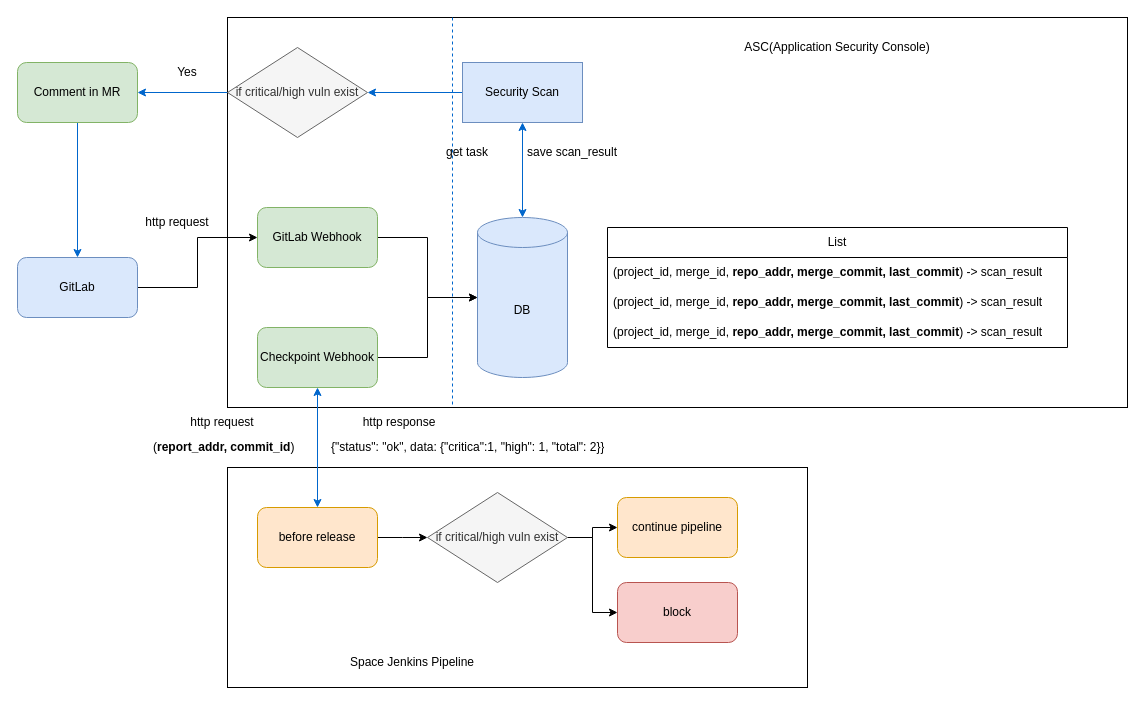
Before: check.drawio in bookchi/Linux, a draw.io diagram. Source tidied: cells renumbered, new cells numbered last; positions are measured from the earlier drawing's top-left corner, leaving out a move shared by most shapes. Both pictures are drawn from the tidied source at 100%, with x=0, y=0 at pixel (17, 17).
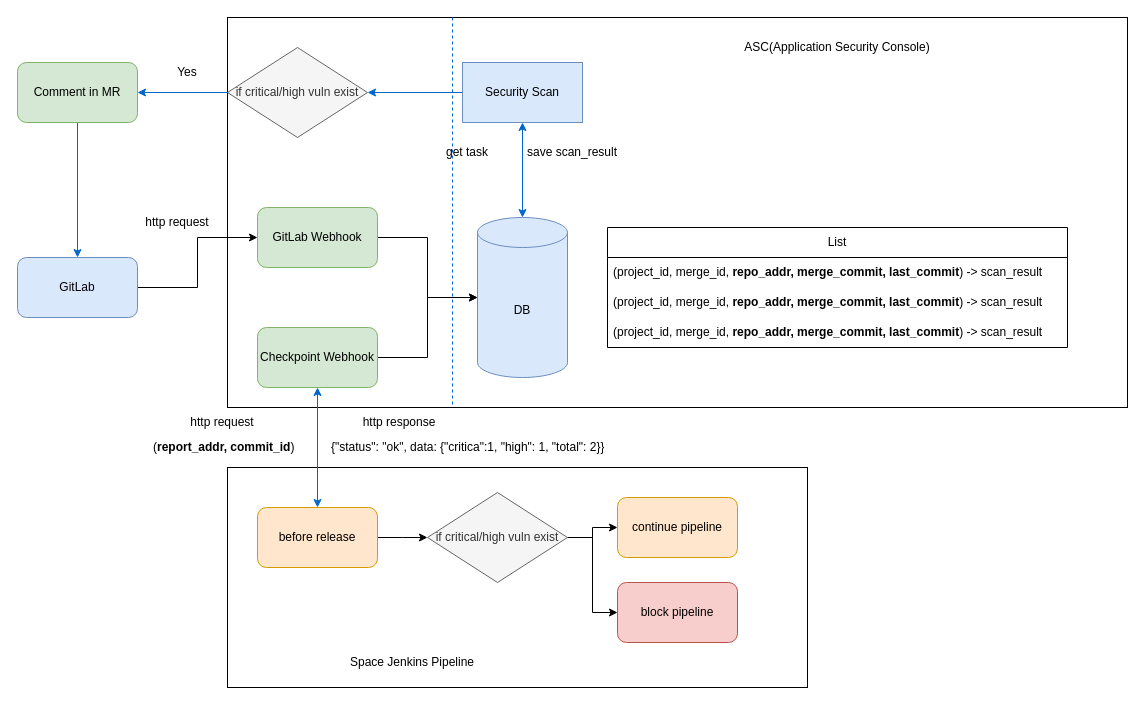
The same page after the edit.

What changed in the source:
```diff
@@
-    <mxCell id="21" value="block" style="rounded=1;whiteSpace=wrap;html=1;fillColor=#f8cecc;strokeColor=#b85450;" parent="1" vertex="1">
+    <mxCell id="21" value="block pipeline" style="rounded=1;whiteSpace=wrap;html=1;fillColor=#f8cecc;strokeColor=#b85450;" parent="1" vertex="1">
       <mxGeometry x="600" y="565" width="120" height="60" as="geometry" />
     </mxCell>
```
